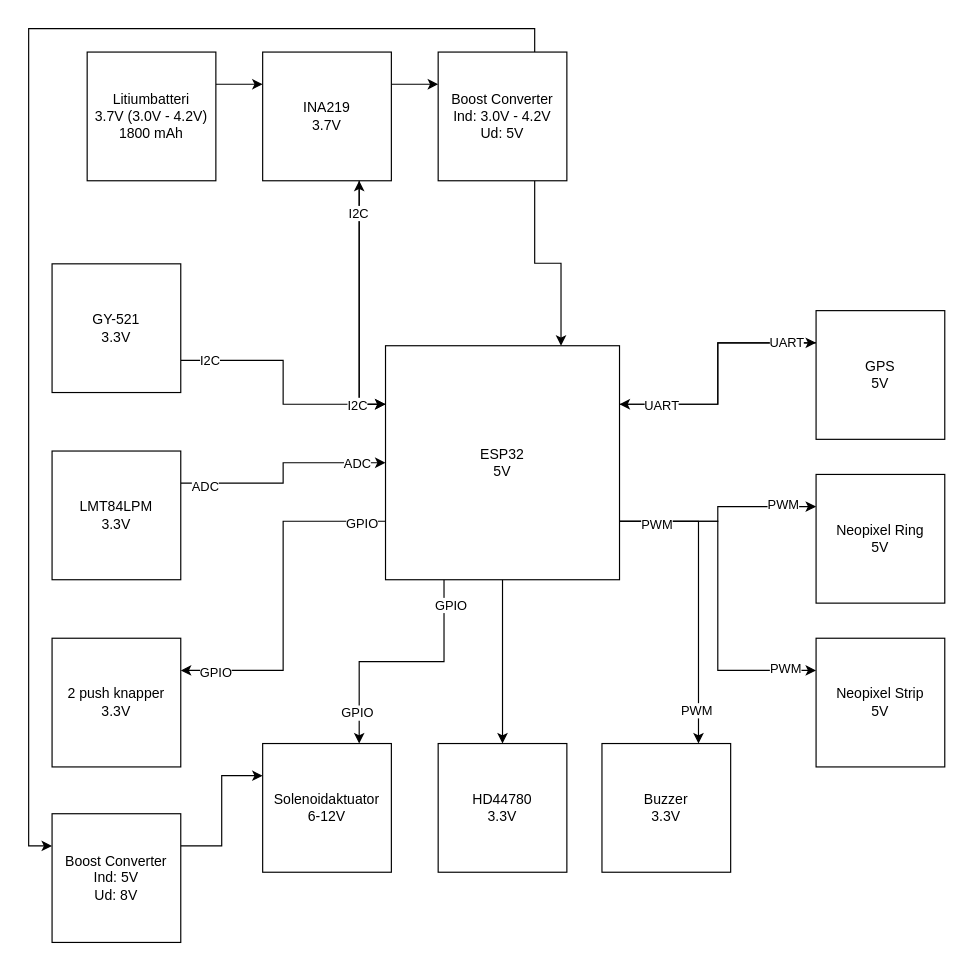
Before: Blokdiagram/Blokdiagram.drawio in KEA-E24-B9-IOT1/E24-B9-IoT1, a draw.io diagram. Source tidied: cells renumbered, new cells numbered last; positions are measured from the earlier drawing's top-left corner, leaving out a move shared by most shapes. Both pictures are drawn from the tidied source at 117%, with x=0, y=0 at pixel (51, 51).
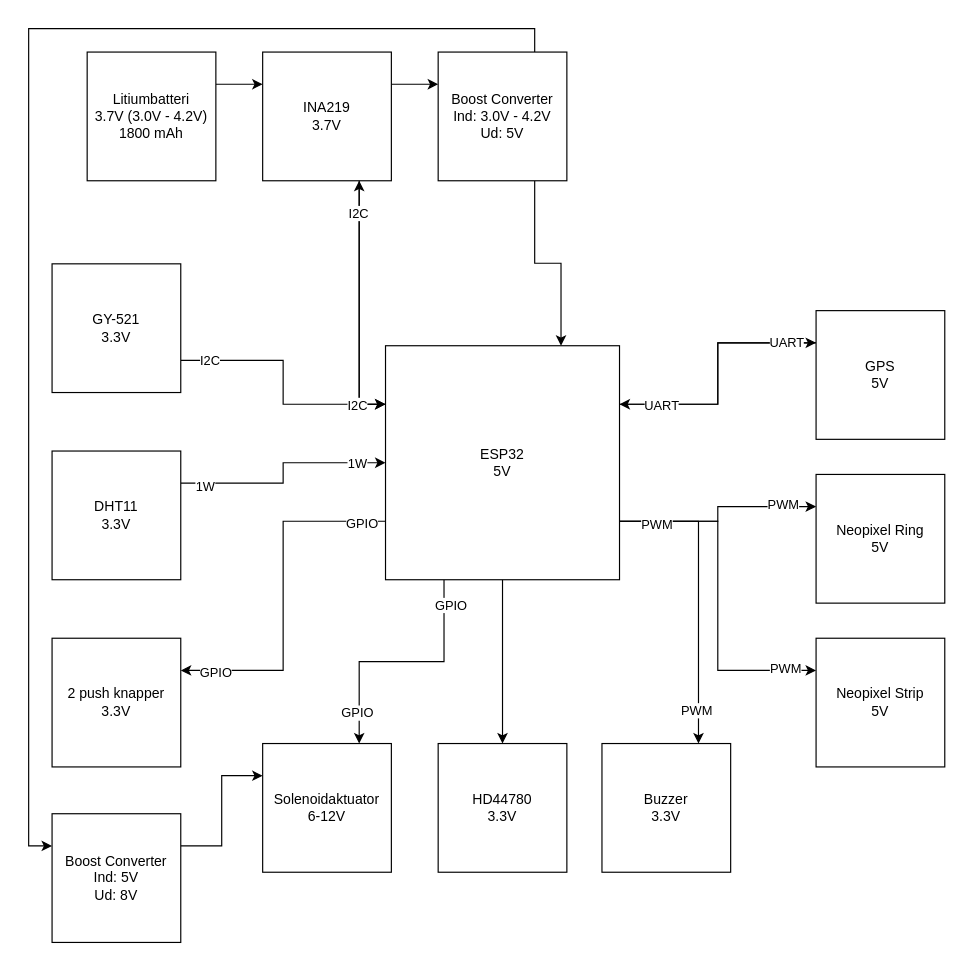
The same diagram, later.

The change refers to these unchanged cells:
```xml
<mxCell id="33" style="edgeStyle=orthogonalEdgeStyle;rounded=0;jettySize=auto;html=1;exitX=1;exitY=0.25;exitDx=0;exitDy=0;entryX=0;entryY=0.5;entryDx=0;entryDy=0;" parent="1" edge="1" source="36" target="27">
  <mxGeometry relative="1" as="geometry" />
</mxCell>
```

Diff of the diagram source:
```diff
@@
-    <mxCell id="34" value="ADC" style="edgeLabel;html=1;align=center;verticalAlign=middle;" parent="33" vertex="1">
+    <mxCell id="34" value="1W" style="edgeLabel;html=1;align=center;verticalAlign=middle;" parent="33" vertex="1">
       <mxGeometry x="0.83" y="1" relative="1" as="geometry">
         <mxPoint x="-8" y="1" as="offset" />
       </mxGeometry>
     </mxCell>
-    <mxCell id="35" value="ADC" style="edgeLabel;html=1;align=center;verticalAlign=middle;" parent="33" vertex="1">
+    <mxCell id="35" value="1W" style="edgeLabel;html=1;align=center;verticalAlign=middle;" parent="33" vertex="1">
       <mxGeometry x="-0.79" y="-4" relative="1" as="geometry">
         <mxPoint y="-1" as="offset" />
       </mxGeometry>
     </mxCell>
-    <mxCell id="36" value="&lt;div&gt;LMT84LPM&lt;/div&gt;&lt;div&gt;3.3V&lt;br&gt;&lt;/div&gt;" style="whiteSpace=wrap;html=1;" parent="1" vertex="1">
+    <mxCell id="36" value="&lt;div&gt;DHT11&lt;/div&gt;&lt;div&gt;3.3V&lt;br&gt;&lt;/div&gt;" style="whiteSpace=wrap;html=1;" parent="1" vertex="1">
       <mxGeometry y="341" width="110" height="110" as="geometry" />
     </mxCell>
```
